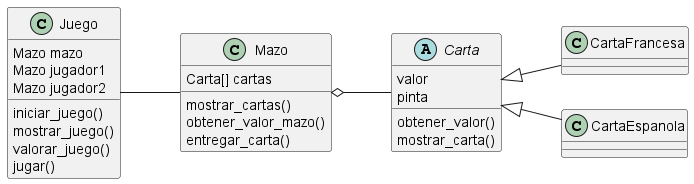
Before: out/diagramas/clases/clases.png, a diagram exported from PlantUML (apdaza/practica_git_uml).
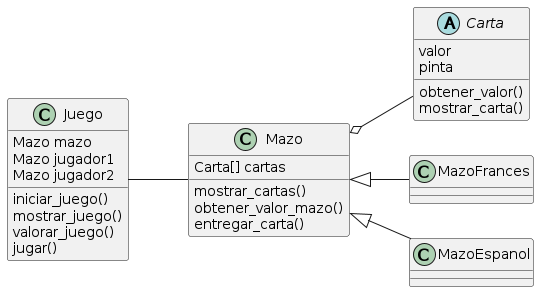
Later version of the same file.

Commit message:
exportado el diagrama de clases

What changed in the source:
```diff
@@ -2,8 +2,8 @@
 left to right direction
 
 abstract Carta
-Carta <|-- CartaFrancesa
-Carta <|-- CartaEspanola
+Mazo <|-- MazoFrances
+Mazo <|-- MazoEspanol
 Mazo o-- Carta
 Juego -- Mazo
 
```
